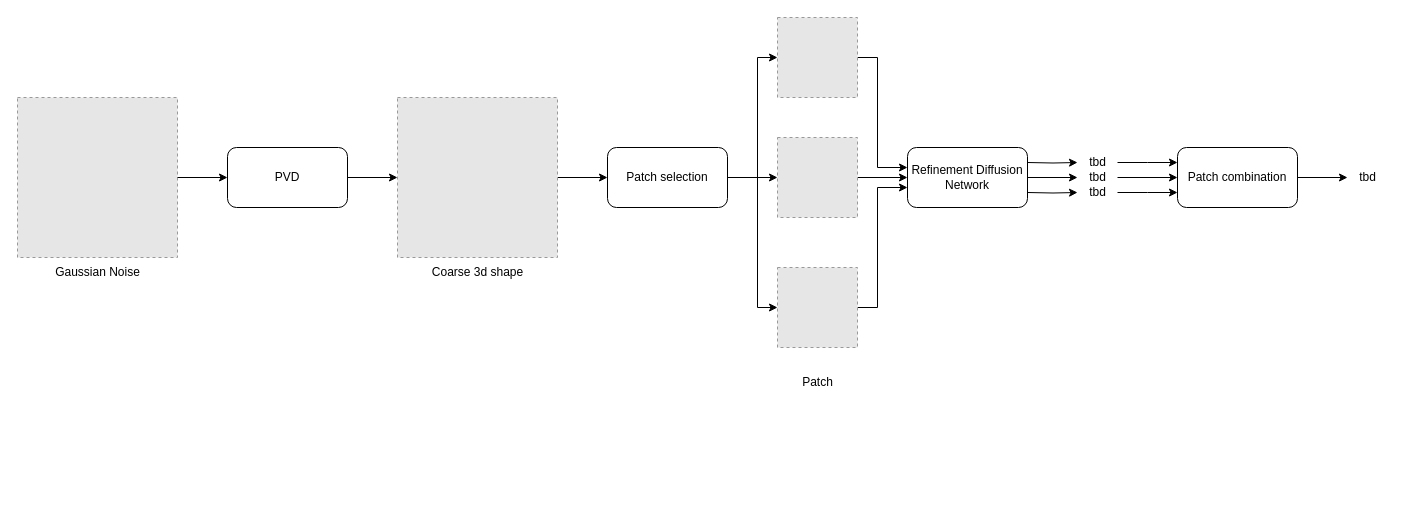
The draw.io diagram assets/ctfs_overview.drawio in kristiyansakalyan/coarse-to-fine-shapes, before the edit. Source tidied: cells renumbered, new cells numbered last; positions are measured from the earlier drawing's top-left corner, leaving out a move shared by most shapes. Both pictures are drawn from the tidied source at 100%, with x=0, y=0 at pixel (17, 17). Pictures stored in the file or linked from it are replaced by grey dashed boxes.
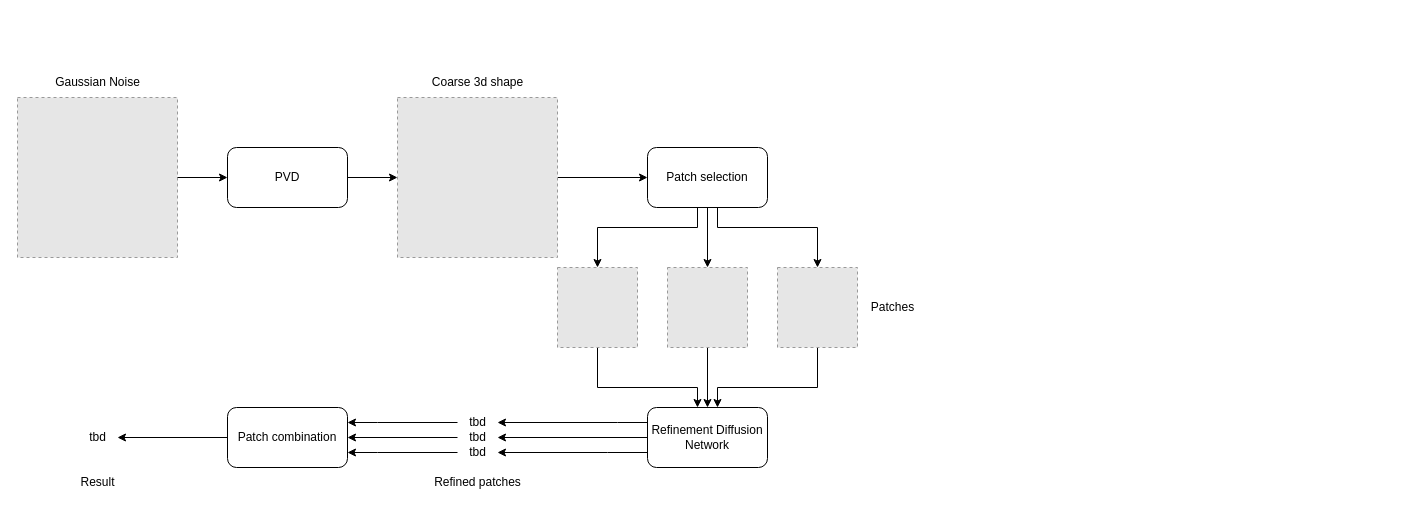
The same page after the edit.

Unchanged cells that the change refers to:
```xml
<mxCell id="27" style="fillColor=#E6E6E6;strokeColor=#999999;dashed=1;verticalLabelPosition=bottom;labelBackgroundColor=default;verticalAlign=top;" parent="1" vertex="1">
  <mxGeometry x="760" y="250" width="80" height="80" as="geometry" />
</mxCell>
```

Diff of the diagram source:
```diff
@@
     <mxCell id="6" value="Gaussian Noise" style="text;html=1;align=center;verticalAlign=middle;strokeColor=none;fillColor=none;" parent="1" vertex="1">
-      <mxGeometry x="25" y="240" width="110" height="30" as="geometry" />
+      <mxGeometry x="25" y="50" width="110" height="30" as="geometry" />
     </mxCell>
@@
+    <mxCell id="10" style="edgeStyle=orthogonalEdgeStyle;rounded=0;jettySize=auto;html=1;" parent="1" edge="1" source="12" target="26">
+      <mxGeometry relative="1" as="geometry" />
+    </mxCell>
     <mxCell id="9" style="edgeStyle=orthogonalEdgeStyle;rounded=0;jettySize=auto;html=1;" parent="1" edge="1" source="12" target="25">
       <mxGeometry relative="1" as="geometry">
         <Array as="points">
-          <mxPoint x="740" y="160" />
-          <mxPoint x="740" y="40" />
+          <mxPoint x="680" y="210" />
+          <mxPoint x="580" y="210" />
         </Array>
       </mxGeometry>
     </mxCell>
-    <mxCell id="10" style="edgeStyle=orthogonalEdgeStyle;rounded=0;jettySize=auto;html=1;" parent="1" edge="1" source="12" target="26">
-      <mxGeometry relative="1" as="geometry" />
-    </mxCell>
     <mxCell id="11" style="edgeStyle=orthogonalEdgeStyle;rounded=0;jettySize=auto;html=1;" parent="1" edge="1" source="12" target="27">
       <mxGeometry relative="1" as="geometry">
         <Array as="points">
-          <mxPoint x="740" y="160" />
-          <mxPoint x="740" y="290" />
+          <mxPoint x="700" y="210" />
+          <mxPoint x="800" y="210" />
         </Array>
       </mxGeometry>
     </mxCell>
     <mxCell id="12" value="Patch selection" style="rounded=1;whiteSpace=wrap;html=1;" parent="1" vertex="1">
-      <mxGeometry x="590" y="130" width="120" height="60" as="geometry" />
+      <mxGeometry x="630" y="130" width="120" height="60" as="geometry" />
     </mxCell>
-    <mxCell id="13" style="edgeStyle=orthogonalEdgeStyle;rounded=0;jettySize=auto;html=1;" parent="1" edge="1" source="25" target="17">
-      <mxGeometry relative="1" as="geometry">
-        <Array as="points">
-          <mxPoint x="860" y="40" />
-          <mxPoint x="860" y="150" />
-        </Array>
-      </mxGeometry>
-    </mxCell>
-    <mxCell id="14" style="edgeStyle=orthogonalEdgeStyle;rounded=0;jettySize=auto;html=1;" parent="1" edge="1" source="27" target="17">
-      <mxGeometry relative="1" as="geometry">
-        <Array as="points">
-          <mxPoint x="860" y="290" />
-          <mxPoint x="860" y="170" />
-        </Array>
-      </mxGeometry>
-    </mxCell>
-    <mxCell id="15" style="edgeStyle=orthogonalEdgeStyle;rounded=0;jettySize=auto;html=1;" parent="1" edge="1" source="26" target="17">
-      <mxGeometry relative="1" as="geometry" />
-    </mxCell>
+    <mxCell id="34" style="edgeStyle=orthogonalEdgeStyle;rounded=0;jettySize=auto;html=1;" parent="1" edge="1" source="17" target="33">
+      <mxGeometry relative="1" as="geometry">
+        <Array as="points">
+          <mxPoint x="600" y="405" />
+          <mxPoint x="600" y="405" />
+        </Array>
+      </mxGeometry>
+    </mxCell>
@@
+    <mxCell id="35" style="edgeStyle=orthogonalEdgeStyle;rounded=0;jettySize=auto;html=1;" parent="1" edge="1" source="17" target="30">
+      <mxGeometry relative="1" as="geometry">
+        <Array as="points">
+          <mxPoint x="590" y="435" />
+          <mxPoint x="590" y="435" />
+        </Array>
+      </mxGeometry>
+    </mxCell>
     <mxCell id="17" value="Refinement Diffusion Network" style="rounded=1;whiteSpace=wrap;html=1;" parent="1" vertex="1">
-      <mxGeometry x="890" y="130" width="120" height="60" as="geometry" />
+      <mxGeometry x="630" y="390" width="120" height="60" as="geometry" />
     </mxCell>
@@
     <mxCell id="19" value="tbd" style="text;html=1;align=center;verticalAlign=middle;points=[];strokeColor=none;fillColor=none;" parent="1" vertex="1">
-      <mxGeometry x="1060" y="145" width="40" height="30" as="geometry" />
+      <mxGeometry x="440" y="405" width="40" height="30" as="geometry" />
     </mxCell>
@@
     <mxCell id="21" value="Patch combination" style="rounded=1;whiteSpace=wrap;html=1;" parent="1" vertex="1">
-      <mxGeometry x="1160" y="130" width="120" height="60" as="geometry" />
+      <mxGeometry x="210" y="390" width="120" height="60" as="geometry" />
     </mxCell>
-    <mxCell id="22" value="Patch" style="text;html=1;align=center;verticalAlign=middle;strokeColor=none;fillColor=none;" parent="1" vertex="1">
-      <mxGeometry x="775" y="350" width="50" height="30" as="geometry" />
+    <mxCell id="22" value="Patches" style="text;html=1;align=center;verticalAlign=middle;strokeColor=none;fillColor=none;" parent="1" vertex="1">
+      <mxGeometry x="840" y="275" width="70" height="30" as="geometry" />
     </mxCell>
     <mxCell id="23" value="tbd" style="text;html=1;align=center;verticalAlign=middle;points=[];strokeColor=none;fillColor=none;" parent="1" vertex="1">
-      <mxGeometry x="1330" y="145" width="40" height="30" as="geometry" />
+      <mxGeometry x="60" y="405" width="40" height="30" as="geometry" />
     </mxCell>
     <mxCell id="24" value="Coarse 3d shape" style="text;html=1;align=center;verticalAlign=middle;strokeColor=none;fillColor=none;" parent="1" vertex="1">
-      <mxGeometry x="405" y="240" width="110" height="30" as="geometry" />
+      <mxGeometry x="405" y="50" width="110" height="30" as="geometry" />
     </mxCell>
+    <mxCell id="13" style="edgeStyle=orthogonalEdgeStyle;rounded=0;jettySize=auto;html=1;" parent="1" edge="1" source="25" target="17">
+      <mxGeometry relative="1" as="geometry">
+        <Array as="points">
+          <mxPoint x="580" y="370" />
+          <mxPoint x="680" y="370" />
+        </Array>
+      </mxGeometry>
+    </mxCell>
     <mxCell id="25" style="fillColor=#E6E6E6;strokeColor=#999999;dashed=1;verticalLabelPosition=bottom;labelBackgroundColor=default;verticalAlign=top;" parent="1" vertex="1">
-      <mxGeometry x="760" width="80" height="80" as="geometry" />
+      <mxGeometry x="540" y="250" width="80" height="80" as="geometry" />
     </mxCell>
+    <mxCell id="15" style="edgeStyle=orthogonalEdgeStyle;rounded=0;jettySize=auto;html=1;" parent="1" edge="1" source="26" target="17">
+      <mxGeometry relative="1" as="geometry" />
+    </mxCell>
     <mxCell id="26" style="fillColor=#E6E6E6;strokeColor=#999999;dashed=1;verticalLabelPosition=bottom;labelBackgroundColor=default;verticalAlign=top;" parent="1" vertex="1">
-      <mxGeometry x="760" y="120" width="80" height="80" as="geometry" />
+      <mxGeometry x="650" y="250" width="80" height="80" as="geometry" />
     </mxCell>
+    <mxCell id="14" style="edgeStyle=orthogonalEdgeStyle;rounded=0;jettySize=auto;html=1;" parent="1" edge="1" source="27" target="17">
+      <mxGeometry relative="1" as="geometry">
+        <Array as="points">
+          <mxPoint x="800" y="370" />
+          <mxPoint x="700" y="370" />
+        </Array>
+      </mxGeometry>
+    </mxCell>
@@
-    <mxCell id="28" style="edgeStyle=orthogonalEdgeStyle;rounded=0;jettySize=auto;html=1;" parent="1" edge="1" target="30">
-      <mxGeometry relative="1" as="geometry">
-        <mxPoint x="1010" y="175" as="sourcePoint" />
-      </mxGeometry>
-    </mxCell>
-    <mxCell id="29" style="edgeStyle=orthogonalEdgeStyle;rounded=0;jettySize=auto;html=1;" parent="1" edge="1" source="30">
-      <mxGeometry relative="1" as="geometry">
-        <mxPoint x="1160" y="175" as="targetPoint" />
-      </mxGeometry>
-    </mxCell>
+    <mxCell id="36" style="edgeStyle=orthogonalEdgeStyle;rounded=0;jettySize=auto;html=1;" parent="1" edge="1" source="30" target="21">
+      <mxGeometry relative="1" as="geometry">
+        <Array as="points">
+          <mxPoint x="360" y="435" />
+          <mxPoint x="360" y="435" />
+        </Array>
+      </mxGeometry>
+    </mxCell>
     <mxCell id="30" value="tbd" style="text;html=1;align=center;verticalAlign=middle;points=[];strokeColor=none;fillColor=none;" parent="1" vertex="1">
-      <mxGeometry x="1060" y="160" width="40" height="30" as="geometry" />
+      <mxGeometry x="440" y="420" width="40" height="30" as="geometry" />
     </mxCell>
-    <mxCell id="31" style="edgeStyle=orthogonalEdgeStyle;rounded=0;jettySize=auto;html=1;" parent="1" edge="1" target="33">
-      <mxGeometry relative="1" as="geometry">
-        <mxPoint x="1010" y="145" as="sourcePoint" />
-      </mxGeometry>
-    </mxCell>
-    <mxCell id="32" style="edgeStyle=orthogonalEdgeStyle;rounded=0;jettySize=auto;html=1;" parent="1" edge="1" source="33">
-      <mxGeometry relative="1" as="geometry">
-        <mxPoint x="1160" y="145" as="targetPoint" />
-      </mxGeometry>
-    </mxCell>
+    <mxCell id="37" style="edgeStyle=orthogonalEdgeStyle;rounded=0;jettySize=auto;html=1;" parent="1" edge="1" source="33" target="21">
+      <mxGeometry relative="1" as="geometry">
+        <Array as="points">
+          <mxPoint x="360" y="405" />
+          <mxPoint x="360" y="405" />
+        </Array>
+      </mxGeometry>
+    </mxCell>
     <mxCell id="33" value="tbd" style="text;html=1;align=center;verticalAlign=middle;points=[];strokeColor=none;fillColor=none;" parent="1" vertex="1">
-      <mxGeometry x="1060" y="130" width="40" height="30" as="geometry" />
+      <mxGeometry x="440" y="390" width="40" height="30" as="geometry" />
     </mxCell>
+    <mxCell id="38" value="Result&lt;br&gt;" style="text;html=1;align=center;verticalAlign=middle;strokeColor=none;fillColor=none;" parent="1" vertex="1">
+      <mxGeometry x="50" y="450" width="60" height="30" as="geometry" />
+    </mxCell>
+    <mxCell id="39" value="Refined patches" style="text;html=1;align=center;verticalAlign=middle;strokeColor=none;fillColor=none;" parent="1" vertex="1">
+      <mxGeometry x="405" y="450" width="110" height="30" as="geometry" />
+    </mxCell>
```
